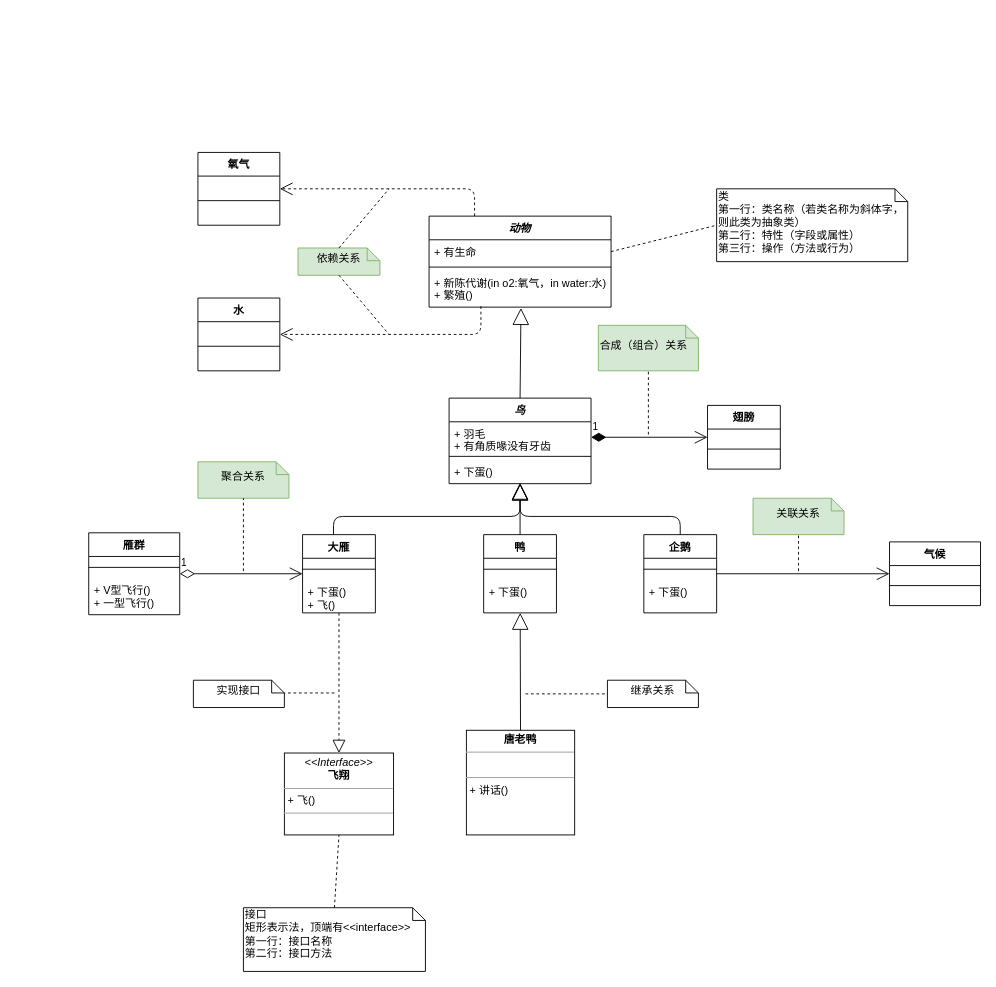
This is UML类图图示样例.drawio from HysenChan/DrawDiagram, a draw.io file, before an edit. Source tidied: cells renumbered, new cells numbered last; positions are measured from the earlier drawing's top-left corner, leaving out a move shared by most shapes. Both pictures are drawn from the tidied source at 91%, with x=0, y=0 at pixel (88, 152).
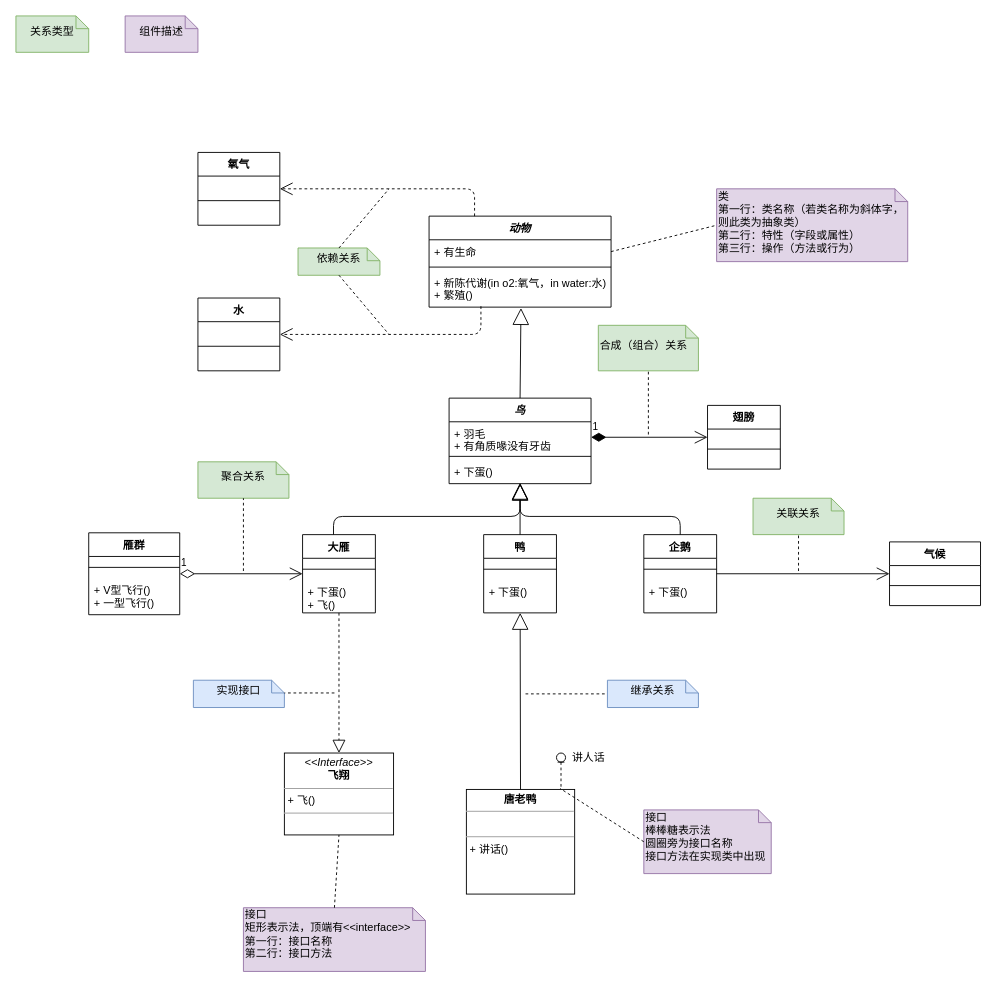
The same diagram, later.

Commit message:
更新UML类图图示样例.drawio

Diff of the diagram source:
```diff
@@
-    <mxCell id="15" value="类&lt;br&gt;第一行：类名称（若类名称为斜体字，则此类为抽象类）&lt;br&gt;第二行：特性（字段或属性）&lt;br&gt;第三行：操作（方法或行为）" style="shape=note;whiteSpace=wrap;html=1;size=14;verticalAlign=middle;align=left;spacingTop=-6;" parent="1" vertex="1">
+    <mxCell id="15" value="类&lt;br&gt;第一行：类名称（若类名称为斜体字，则此类为抽象类）&lt;br&gt;第二行：特性（字段或属性）&lt;br&gt;第三行：操作（方法或行为）" style="shape=note;whiteSpace=wrap;html=1;size=14;verticalAlign=middle;align=left;spacingTop=-6;fillColor=#e1d5e7;strokeColor=#9673a6;" parent="1" vertex="1">
       <mxGeometry x="690" y="40" width="210" height="80" as="geometry" />
     </mxCell>
@@
-    <mxCell id="52" value="实现接口" style="shape=note;whiteSpace=wrap;html=1;size=14;verticalAlign=middle;align=center;spacingTop=-6;" parent="1" vertex="1">
+    <mxCell id="52" value="实现接口" style="shape=note;whiteSpace=wrap;html=1;size=14;verticalAlign=middle;align=center;spacingTop=-6;fillColor=#dae8fc;strokeColor=#6c8ebf;" parent="1" vertex="1">
       <mxGeometry x="115" y="580" width="100" height="30" as="geometry" />
     </mxCell>
@@
     <mxCell id="54" value="&lt;p style=&quot;margin: 0px ; margin-top: 4px ; text-align: center&quot;&gt;&lt;b&gt;唐老鸭&lt;/b&gt;&lt;/p&gt;&lt;hr size=&quot;1&quot;&gt;&lt;p style=&quot;margin: 0px ; margin-left: 4px&quot;&gt;&lt;br&gt;&lt;/p&gt;&lt;hr size=&quot;1&quot;&gt;&lt;p style=&quot;margin: 0px ; margin-left: 4px&quot;&gt;+ 讲话()&lt;/p&gt;" style="verticalAlign=top;align=left;overflow=fill;fontSize=12;fontFamily=Helvetica;html=1;" parent="1" vertex="1">
-      <mxGeometry x="415" y="635" width="119" height="115" as="geometry" />
+      <mxGeometry x="415" y="700" width="119" height="115" as="geometry" />
     </mxCell>
@@
-    <mxCell id="56" value="继承关系" style="shape=note;whiteSpace=wrap;html=1;size=14;verticalAlign=middle;align=center;spacingTop=-6;" parent="1" vertex="1">
+    <mxCell id="56" value="继承关系" style="shape=note;whiteSpace=wrap;html=1;size=14;verticalAlign=middle;align=center;spacingTop=-6;fillColor=#dae8fc;strokeColor=#6c8ebf;" parent="1" vertex="1">
       <mxGeometry x="570" y="580" width="100" height="30" as="geometry" />
     </mxCell>
@@
-    <mxCell id="58" value="接口&lt;br&gt;矩形表示法，顶端有&amp;lt;&amp;lt;interface&amp;gt;&amp;gt;&lt;br&gt;第一行：接口名称&lt;br&gt;第二行：接口方法" style="shape=note;whiteSpace=wrap;html=1;size=14;verticalAlign=top;align=left;spacingTop=-6;" parent="1" vertex="1">
+    <mxCell id="58" value="接口&lt;br&gt;矩形表示法，顶端有&amp;lt;&amp;lt;interface&amp;gt;&amp;gt;&lt;br&gt;第一行：接口名称&lt;br&gt;第二行：接口方法" style="shape=note;whiteSpace=wrap;html=1;size=14;verticalAlign=top;align=left;spacingTop=-6;fillColor=#e1d5e7;strokeColor=#9673a6;" parent="1" vertex="1">
       <mxGeometry x="170" y="830" width="200" height="70" as="geometry" />
     </mxCell>
@@
+    <mxCell id="60" style="shape=umlLifeline;participant=umlEntity;perimeter=lifelinePerimeter;whiteSpace=wrap;html=1;verticalAlign=top;spacingTop=36;labelBackgroundColor=#ffffff;align=center;size=10;" parent="1" vertex="1">
+      <mxGeometry x="514" y="660" width="10" height="40" as="geometry" />
+    </mxCell>
+    <mxCell id="61" value="讲人话" style="text;html=1;align=center;verticalAlign=middle;" parent="1" vertex="1">
+      <mxGeometry x="524" y="655" width="50" height="20" as="geometry" />
+    </mxCell>
+    <mxCell id="62" value="接口&lt;br&gt;棒棒糖表示法&lt;br&gt;圆圈旁为接口名称&lt;br&gt;接口方法在实现类中出现" style="shape=note;whiteSpace=wrap;html=1;size=14;verticalAlign=top;align=left;spacingTop=-6;fillColor=#e1d5e7;strokeColor=#9673a6;" parent="1" vertex="1">
+      <mxGeometry x="610" y="722.5" width="140" height="70" as="geometry" />
+    </mxCell>
+    <mxCell id="63" style="endArrow=none;dashed=1;html=1;entryX=0.866;entryY=-0.009;entryDx=0;entryDy=0;entryPerimeter=0;exitX=0;exitY=0.5;exitDx=0;exitDy=0;exitPerimeter=0;" parent="1" edge="1" source="62" target="54">
+      <mxGeometry relative="1" as="geometry" />
+    </mxCell>
+    <mxCell id="64" value="组件描述" style="shape=note;whiteSpace=wrap;html=1;size=14;verticalAlign=middle;align=center;spacingTop=-6;fillColor=#e1d5e7;strokeColor=#9673a6;" parent="1" vertex="1">
+      <mxGeometry x="40" y="-150" width="80" height="40" as="geometry" />
+    </mxCell>
+    <mxCell id="65" value="关系类型" style="shape=note;whiteSpace=wrap;html=1;size=14;verticalAlign=middle;align=center;spacingTop=-6;fillColor=#d5e8d4;strokeColor=#82b366;" parent="1" vertex="1">
+      <mxGeometry x="-80" y="-150" width="80" height="40" as="geometry" />
+    </mxCell>
```
